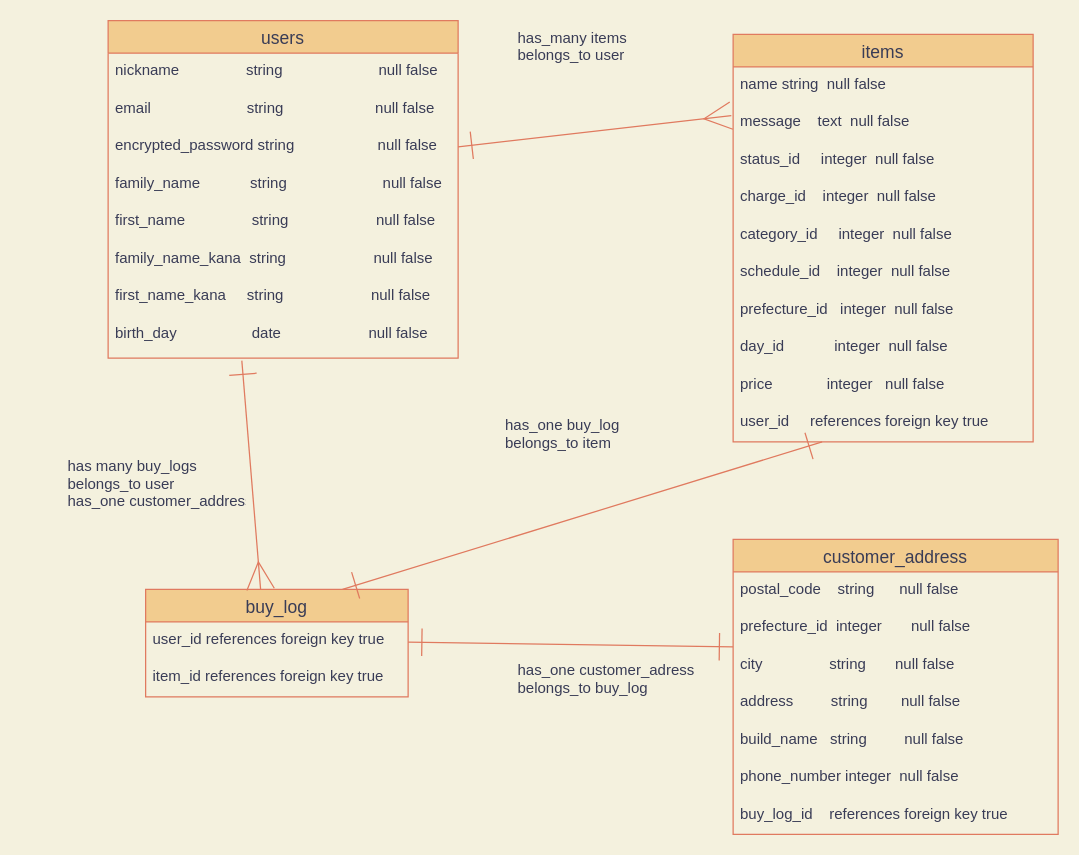
Earlier version of the draw.io diagram db.dio (yuyakiso/furima_33001). Source tidied: cells renumbered, new cells numbered last; positions are measured from the earlier drawing's top-left corner, leaving out a move shared by most shapes. Both pictures are drawn from the tidied source at 125%, with x=0, y=0 at pixel (20, 20).
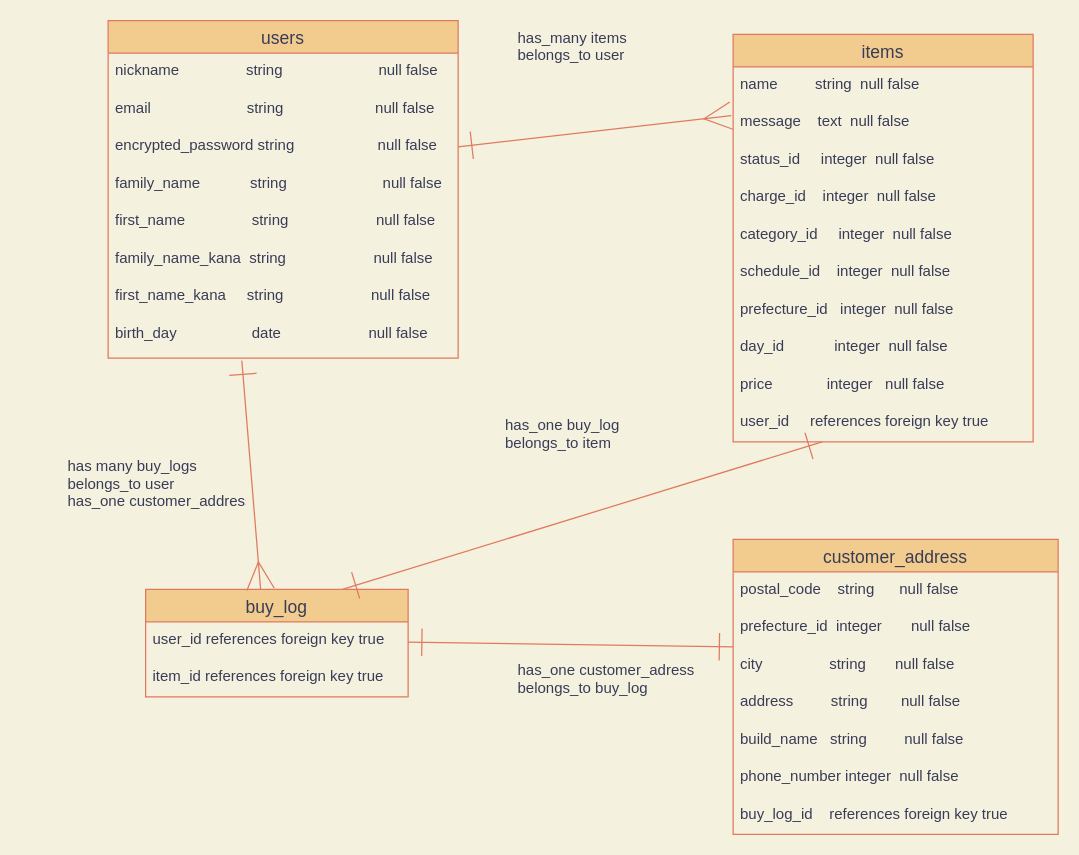
The same diagram, later.

Commit message (it also covers changes not shown here):
データベース準備6

The change refers to these unchanged cells:
```xml
<mxCell id="11" value="items" style="swimlane;fontStyle=0;horizontal=1;startSize=26;align=center;fontSize=14;rounded=0;sketch=0;fillColor=#F2CC8F;strokeColor=#E07A5F;fontColor=#393C56;" parent="1" vertex="1">
  <mxGeometry x="570" y="11" width="240" height="326" as="geometry" />
</mxCell>
```

Change to the diagram source:
```diff
@@
-    <mxCell id="12" value="name string  null false" style="text;strokeColor=none;fillColor=none;spacingLeft=4;spacingRight=4;overflow=hidden;fontSize=12;fontColor=#393C56;" parent="11" vertex="1">
+    <mxCell id="12" value="name         string  null false" style="text;strokeColor=none;fillColor=none;spacingLeft=4;spacingRight=4;overflow=hidden;fontSize=12;fontColor=#393C56;" parent="11" vertex="1">
       <mxGeometry y="26" width="240" height="30" as="geometry" />
     </mxCell>
```
